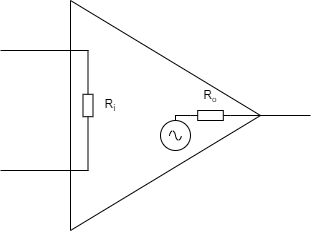
The draw.io diagram TTT4260-ESDA/Design6/LaTex/Bilder/opamp_ideell.drawio.png in Eirik-MS/NTNU_Code, before a commit. Source tidied: cells renumbered, new cells last; positions are measured from the earlier drawing's top-left corner, leaving out a move shared by most shapes. The source it was exported from:
```xml
<mxGraphModel>
  <root>
    <mxCell id="0" />
    <mxCell id="1" parent="0" />
    <mxCell id="2" style="triangle;whiteSpace=wrap;html=1;" parent="1" vertex="1">
      <mxGeometry x="70" width="190" height="230" as="geometry" />
    </mxCell>
    <mxCell id="3" style="verticalLabelPosition=bottom;shadow=0;dashed=0;align=center;html=1;verticalAlign=top;shape=mxgraph.electrical.signal_sources.source;points=[[0.5,0,0],[1,0.5,0],[0.5,1,0],[0,0.5,0]];elSignalType=ac;" parent="1" vertex="1">
      <mxGeometry x="160" y="120" width="30" height="30" as="geometry" />
    </mxCell>
    <mxCell id="4" style="verticalLabelPosition=bottom;shadow=0;dashed=0;align=center;html=1;verticalAlign=top;shape=mxgraph.electrical.resistors.resistor_1;rotation=-90;" parent="1" vertex="1">
      <mxGeometry x="70" y="100" width="35" height="10" as="geometry" />
    </mxCell>
    <mxCell id="5" style="verticalLabelPosition=bottom;shadow=0;dashed=0;align=center;html=1;verticalAlign=top;shape=mxgraph.electrical.resistors.resistor_1;" parent="1" vertex="1">
      <mxGeometry x="190" y="110" width="40" height="10" as="geometry" />
    </mxCell>
    <mxCell id="6" style="endArrow=none;html=1;exitX=1;exitY=0.5;exitDx=0;exitDy=0;exitPerimeter=0;" parent="1" edge="1" source="5">
      <mxGeometry relative="1" as="geometry">
        <mxPoint x="310" y="115" as="targetPoint" />
      </mxGeometry>
    </mxCell>
    <mxCell id="7" style="endArrow=none;html=1;entryX=0;entryY=0.5;entryDx=0;entryDy=0;entryPerimeter=0;startSize=5;" parent="1" edge="1" target="5">
      <mxGeometry relative="1" as="geometry">
        <mxPoint x="175" y="115" as="sourcePoint" />
      </mxGeometry>
    </mxCell>
    <mxCell id="8" style="endArrow=none;html=1;startSize=5;exitX=0.5;exitY=0;exitDx=0;exitDy=0;exitPerimeter=0;" parent="1" edge="1" source="3">
      <mxGeometry relative="1" as="geometry">
        <mxPoint x="175" y="114.5" as="targetPoint" />
      </mxGeometry>
    </mxCell>
    <mxCell id="9" style="endArrow=none;html=1;startSize=5;" parent="1" edge="1">
      <mxGeometry relative="1" as="geometry">
        <mxPoint y="170" as="sourcePoint" />
        <mxPoint x="88" y="170" as="targetPoint" />
      </mxGeometry>
    </mxCell>
    <mxCell id="10" style="endArrow=none;html=1;startSize=5;entryX=0;entryY=0.5;entryDx=0;entryDy=0;entryPerimeter=0;" parent="1" edge="1" target="4">
      <mxGeometry relative="1" as="geometry">
        <mxPoint x="87.5" y="170" as="sourcePoint" />
      </mxGeometry>
    </mxCell>
    <mxCell id="11" style="endArrow=none;html=1;startSize=5;entryX=1;entryY=0.5;entryDx=0;entryDy=0;entryPerimeter=0;" parent="1" edge="1" target="4">
      <mxGeometry relative="1" as="geometry">
        <mxPoint x="87.5" y="50" as="sourcePoint" />
      </mxGeometry>
    </mxCell>
    <mxCell id="12" style="endArrow=none;html=1;startSize=5;" parent="1" edge="1">
      <mxGeometry relative="1" as="geometry">
        <mxPoint y="50" as="sourcePoint" />
        <mxPoint x="88" y="50" as="targetPoint" />
      </mxGeometry>
    </mxCell>
    <mxCell id="13" value="R&lt;sub&gt;i&lt;/sub&gt;" style="text;html=1;strokeColor=none;fillColor=none;align=center;verticalAlign=middle;whiteSpace=wrap;rounded=0;" parent="1" vertex="1">
      <mxGeometry x="80" y="90" width="60" height="30" as="geometry" />
    </mxCell>
    <mxCell id="14" value="R&lt;span style=&quot;font-size: 10px;&quot;&gt;&lt;sub&gt;o&lt;/sub&gt;&lt;/span&gt;" style="text;html=1;strokeColor=none;fillColor=none;align=center;verticalAlign=middle;whiteSpace=wrap;rounded=0;" parent="1" vertex="1">
      <mxGeometry x="180" y="80" width="60" height="30" as="geometry" />
    </mxCell>
  </root>
</mxGraphModel>
```
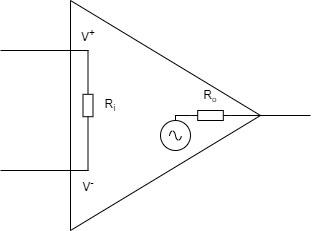
Later version of the same file.

What changed in the source:
```diff
@@ -57,5 +57,11 @@
     <mxCell id="14" value="R&lt;span style=&quot;font-size: 10px;&quot;&gt;&lt;sub&gt;o&lt;/sub&gt;&lt;/span&gt;" style="text;html=1;strokeColor=none;fillColor=none;align=center;verticalAlign=middle;whiteSpace=wrap;rounded=0;" parent="1" vertex="1">
       <mxGeometry x="180" y="80" width="60" height="30" as="geometry" />
     </mxCell>
+    <mxCell id="15" value="V&lt;sup&gt;-&lt;/sup&gt;" style="text;html=1;strokeColor=none;fillColor=none;align=center;verticalAlign=middle;whiteSpace=wrap;rounded=0;fillStyle=solid;" parent="1" vertex="1">
+      <mxGeometry x="57.5" y="170" width="60" height="30" as="geometry" />
+    </mxCell>
+    <mxCell id="16" value="V&lt;sup&gt;+&lt;/sup&gt;" style="text;html=1;strokeColor=none;fillColor=none;align=center;verticalAlign=middle;whiteSpace=wrap;rounded=0;fillStyle=solid;" parent="1" vertex="1">
+      <mxGeometry x="57.5" y="20" width="60" height="30" as="geometry" />
+    </mxCell>
   </root>
 </mxGraphModel>
```
